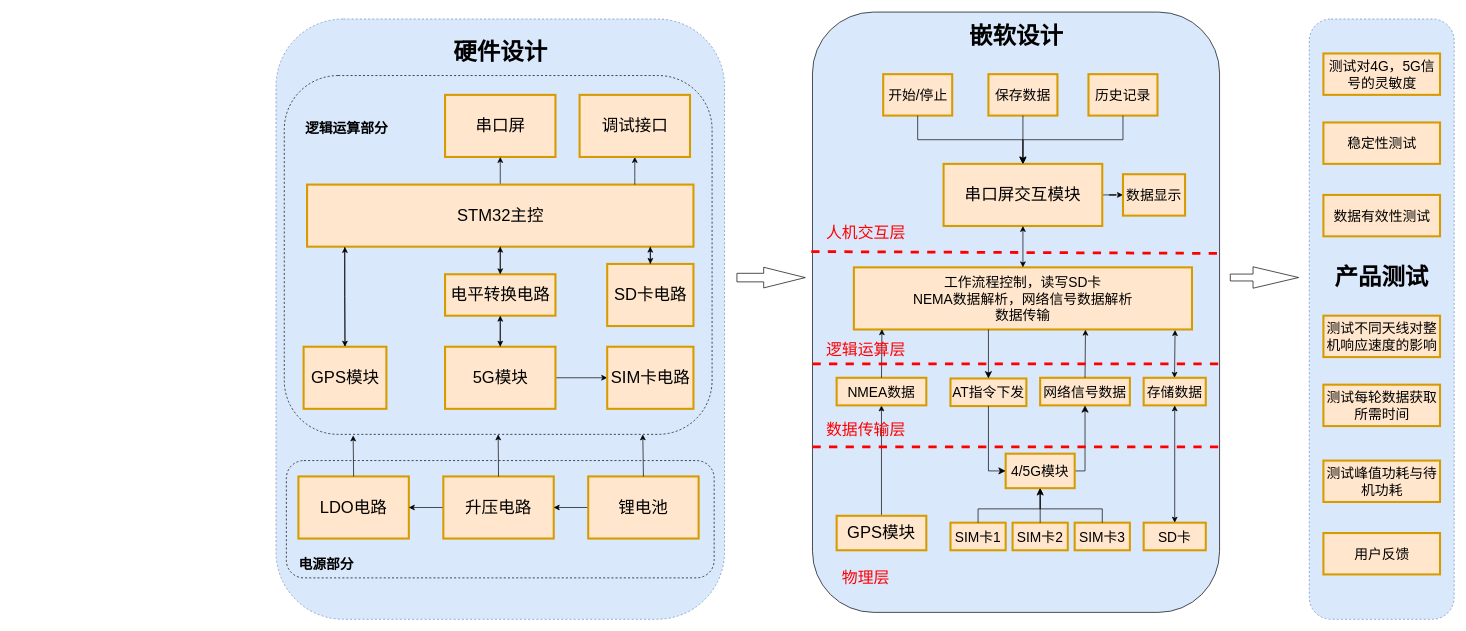
Above: 三网框图.drawio in wugfh/my_drawio (draw.io), before the change. Source tidied: cells renumbered, new cells numbered last; positions are measured from the earlier drawing's top-left corner, leaving out a move shared by most shapes. Both pictures are drawn from the tidied source at 69%, with x=0, y=0 at pixel (275, 12).
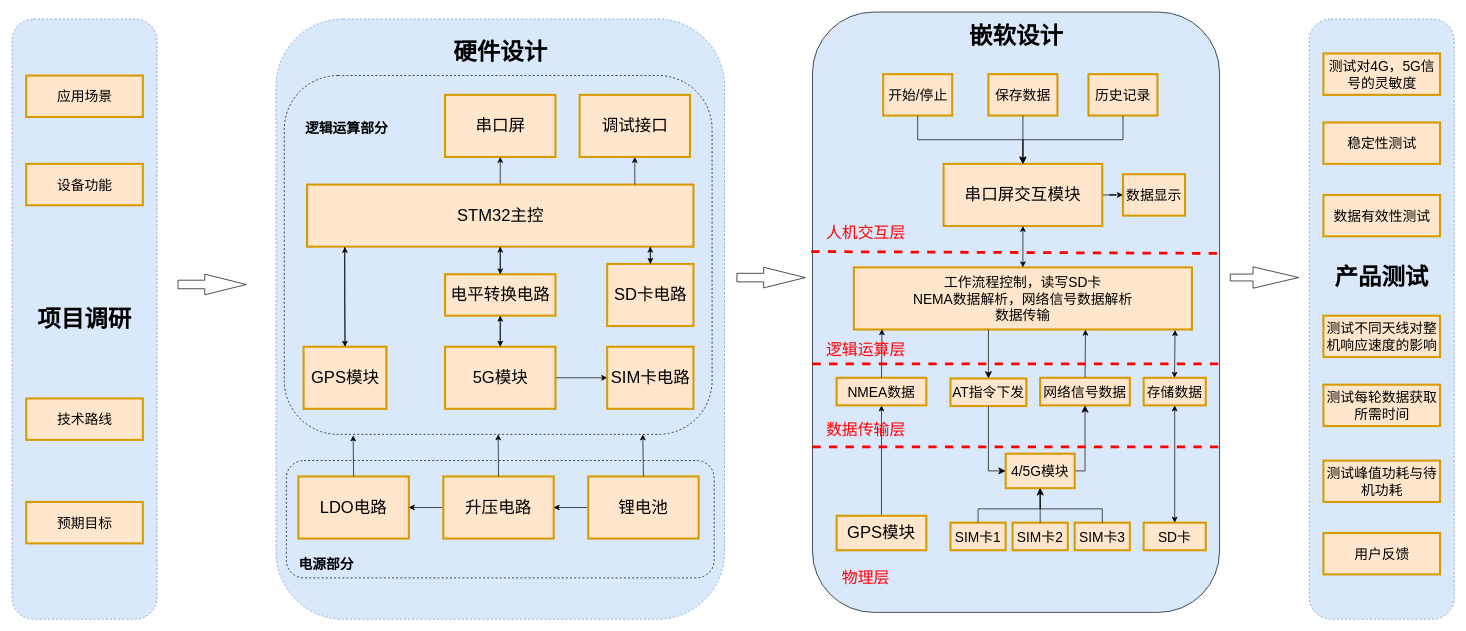
The same diagram, later.

Commit message:
更新三网框图.drawio

The edit, as a diff of the source:
```diff
@@
+    <mxCell id="83" value="&lt;div&gt;&lt;span style=&quot;font-size: 34px;&quot;&gt;&lt;b&gt;项目调研&lt;/b&gt;&lt;/span&gt;&lt;/div&gt;" style="rounded=1;whiteSpace=wrap;html=1;dashed=1;align=center;fillColor=#dae8fc;strokeColor=#6c8ebf;" parent="1" vertex="1">
+      <mxGeometry x="-382" y="10" width="210" height="870" as="geometry" />
+    </mxCell>
+    <mxCell id="84" value="&lt;font style=&quot;font-size: 20px;&quot;&gt;应用场景&lt;/font&gt;" style="rounded=0;whiteSpace=wrap;html=1;strokeWidth=3;fillColor=#ffe6cc;strokeColor=#d79b00;" parent="1" vertex="1">
+      <mxGeometry x="-361.5" y="92" width="169" height="60" as="geometry" />
+    </mxCell>
+    <mxCell id="85" value="&lt;font style=&quot;font-size: 20px;&quot;&gt;设备功能&lt;/font&gt;" style="rounded=0;whiteSpace=wrap;html=1;strokeWidth=3;fillColor=#ffe6cc;strokeColor=#d79b00;" parent="1" vertex="1">
+      <mxGeometry x="-361.5" y="220" width="169" height="60" as="geometry" />
+    </mxCell>
+    <mxCell id="86" value="&lt;font style=&quot;font-size: 20px;&quot;&gt;技术路线&lt;/font&gt;" style="rounded=0;whiteSpace=wrap;html=1;strokeWidth=3;fillColor=#ffe6cc;strokeColor=#d79b00;" parent="1" vertex="1">
+      <mxGeometry x="-361.5" y="560" width="169" height="60" as="geometry" />
+    </mxCell>
+    <mxCell id="87" value="&lt;font style=&quot;font-size: 20px;&quot;&gt;预期目标&lt;/font&gt;" style="rounded=0;whiteSpace=wrap;html=1;strokeWidth=3;fillColor=#ffe6cc;strokeColor=#d79b00;" parent="1" vertex="1">
+      <mxGeometry x="-361.5" y="710" width="169" height="60" as="geometry" />
+    </mxCell>
+    <mxCell id="88" style="shape=flexArrow;endArrow=classic;html=1;rounded=0;width=12.4;endSize=19.732;endWidth=16.47058823529412;" parent="1" edge="1">
+      <mxGeometry relative="1" as="geometry">
+        <mxPoint x="-142" y="394.8" as="sourcePoint" />
+        <mxPoint x="-42" y="394.8" as="targetPoint" />
+      </mxGeometry>
+    </mxCell>
```
